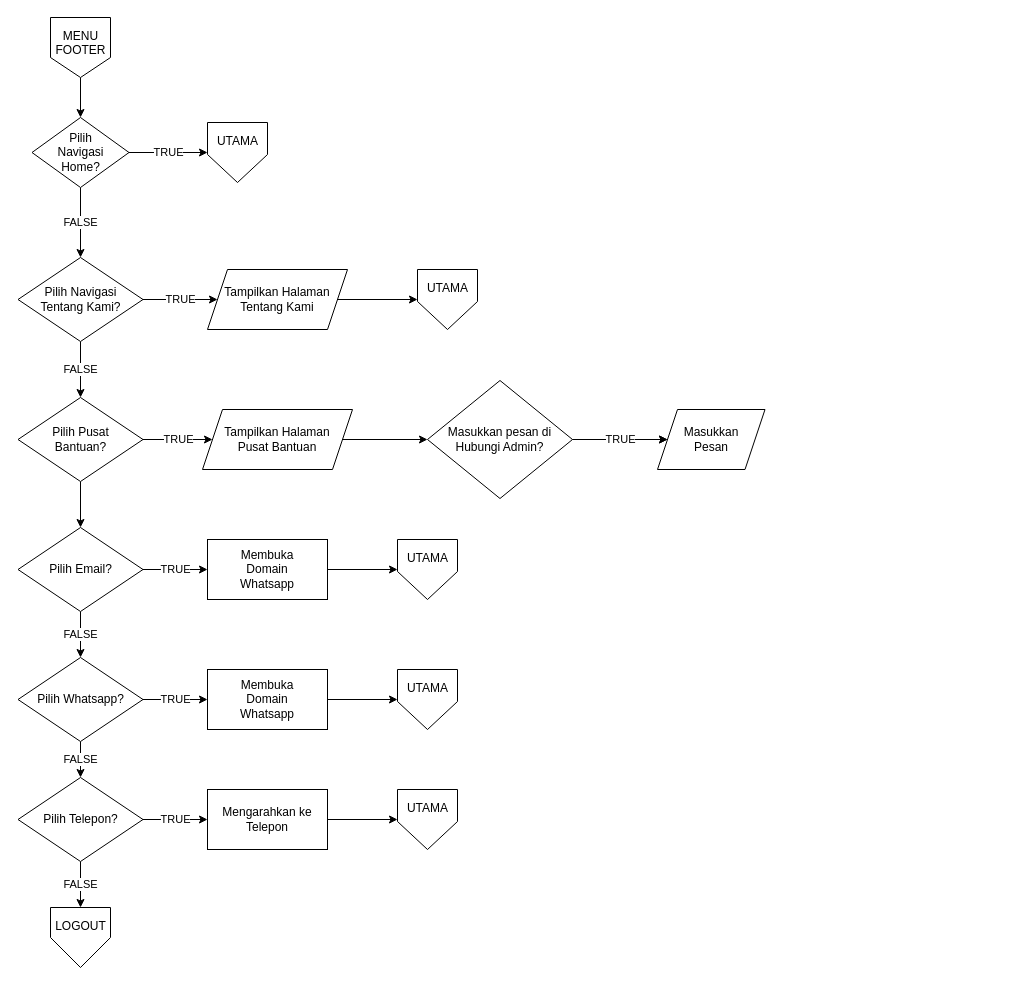
Before: page "MENU FOOTER" (8 of 11) of struktura.drawio in pangeranvalerensco-maker/STRUKTURA---SISTEM-MANAJEMEN-ORGANISASI-BERBASIS-ALUR-KEPUTUSAN, a draw.io diagram. Source tidied: cells renumbered, new cells numbered last; positions are measured from the earlier drawing's top-left corner, leaving out a move shared by most shapes. Both pictures are drawn from the tidied source at 100%, with x=0, y=0 at pixel (17, 17).
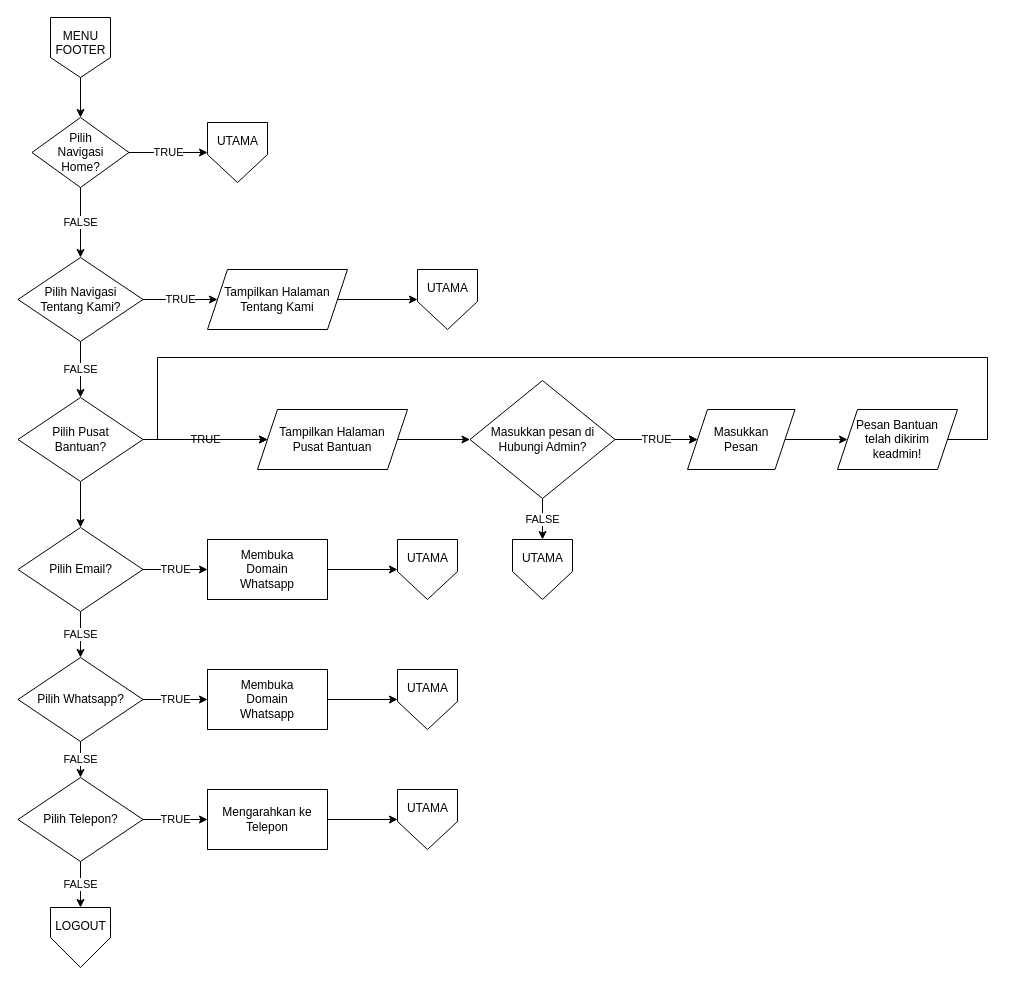
Above is the later version.

Change to the diagram source:
```diff
@@
     <mxCell id="31" value="Tampilkan Halaman Pusat Bantuan" style="shape=parallelogram;perimeter=parallelogramPerimeter;whiteSpace=wrap;html=1;fixedSize=1;spacing=10;" parent="1" vertex="1">
-      <mxGeometry x="185" y="392" width="150" height="60" as="geometry" />
+      <mxGeometry x="240" y="392" width="150" height="60" as="geometry" />
     </mxCell>
@@
+    <mxCell id="42" value="FALSE" style="edgeStyle=orthogonalEdgeStyle;rounded=0;jettySize=auto;html=1;" parent="1" edge="1" source="40" target="44">
+      <mxGeometry relative="1" as="geometry" />
+    </mxCell>
     <mxCell id="40" value="Masukkan pesan di Hubungi Admin?" style="rhombus;whiteSpace=wrap;html=1;spacing=10;" parent="1" vertex="1">
-      <mxGeometry x="410" y="363" width="145" height="118" as="geometry" />
+      <mxGeometry x="452.5" y="363" width="145" height="118" as="geometry" />
     </mxCell>
+    <mxCell id="43" style="edgeStyle=orthogonalEdgeStyle;rounded=0;jettySize=auto;html=1;" parent="1" edge="1" source="41" target="46">
+      <mxGeometry relative="1" as="geometry" />
+    </mxCell>
     <mxCell id="41" value="Masukkan &lt;br&gt;Pesan" style="shape=parallelogram;perimeter=parallelogramPerimeter;whiteSpace=wrap;html=1;fixedSize=1;spacing=10;" parent="1" vertex="1">
-      <mxGeometry x="640" y="392" width="107.5" height="60" as="geometry" />
+      <mxGeometry x="670" y="392" width="107.5" height="60" as="geometry" />
     </mxCell>
+    <mxCell id="44" value="UTAMA" style="verticalLabelPosition=bottom;verticalAlign=top;html=1;shape=offPageConnector;rounded=0;size=0.4666666666666667;spacingTop=-55;" parent="1" vertex="1">
+      <mxGeometry x="495" y="522" width="60" height="60" as="geometry" />
+    </mxCell>
+    <mxCell id="45" style="edgeStyle=orthogonalEdgeStyle;rounded=0;jettySize=auto;html=1;entryX=0;entryY=0.5;entryDx=0;entryDy=0;exitX=1;exitY=0.5;exitDx=0;exitDy=0;" parent="1" edge="1" source="46" target="31">
+      <mxGeometry relative="1" as="geometry">
+        <Array as="points">
+          <mxPoint x="970" y="422" />
+          <mxPoint x="970" y="340" />
+          <mxPoint x="140" y="340" />
+          <mxPoint x="140" y="422" />
+        </Array>
+      </mxGeometry>
+    </mxCell>
+    <mxCell id="46" value="Pesan Bantuan telah dikirim keadmin!" style="shape=parallelogram;perimeter=parallelogramPerimeter;whiteSpace=wrap;html=1;fixedSize=1;spacing=10;" parent="1" vertex="1">
+      <mxGeometry x="820" y="392" width="120" height="60" as="geometry" />
+    </mxCell>
```
